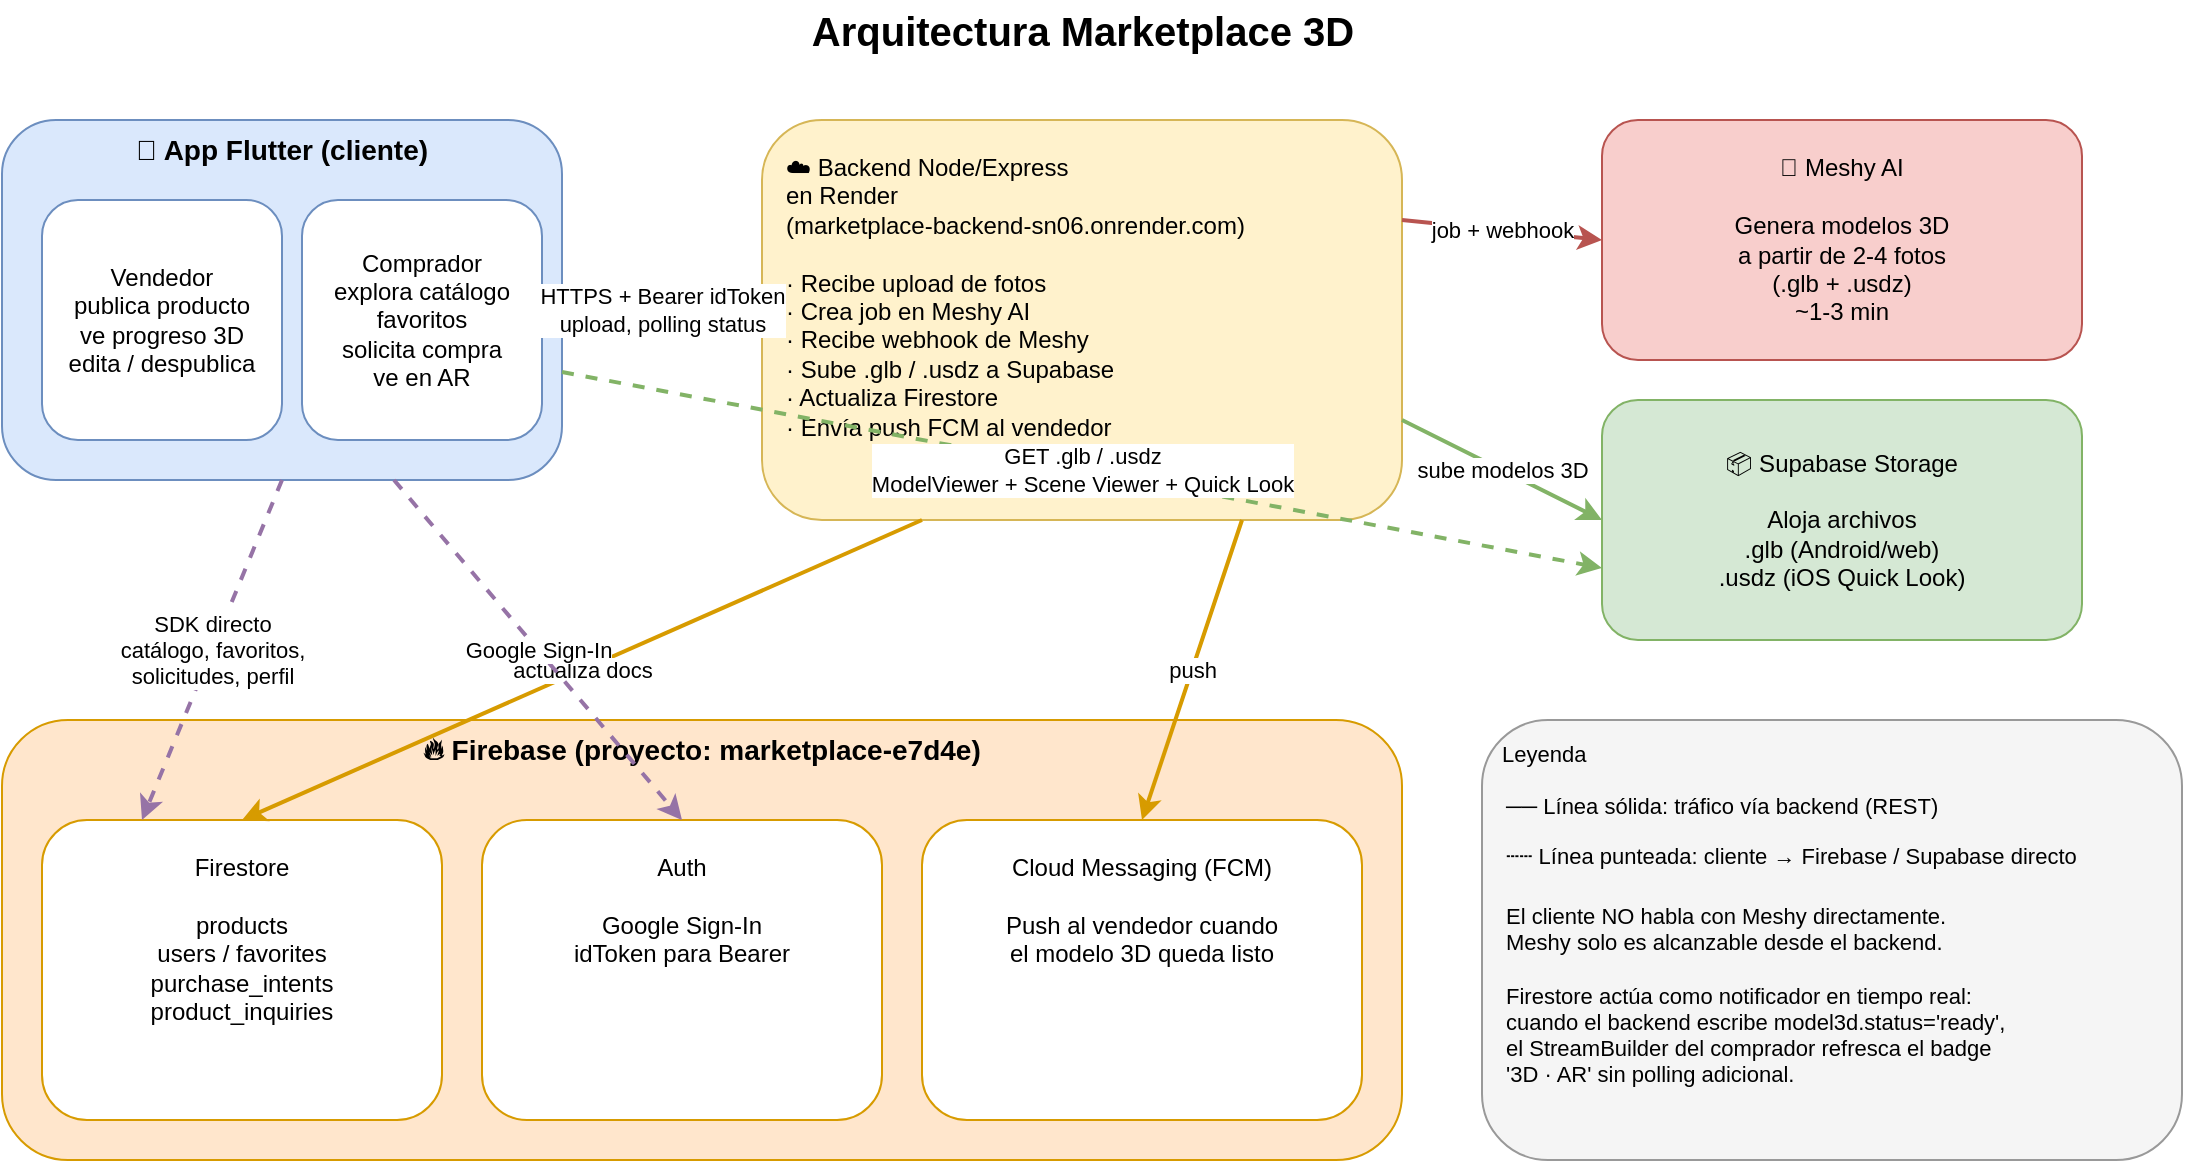
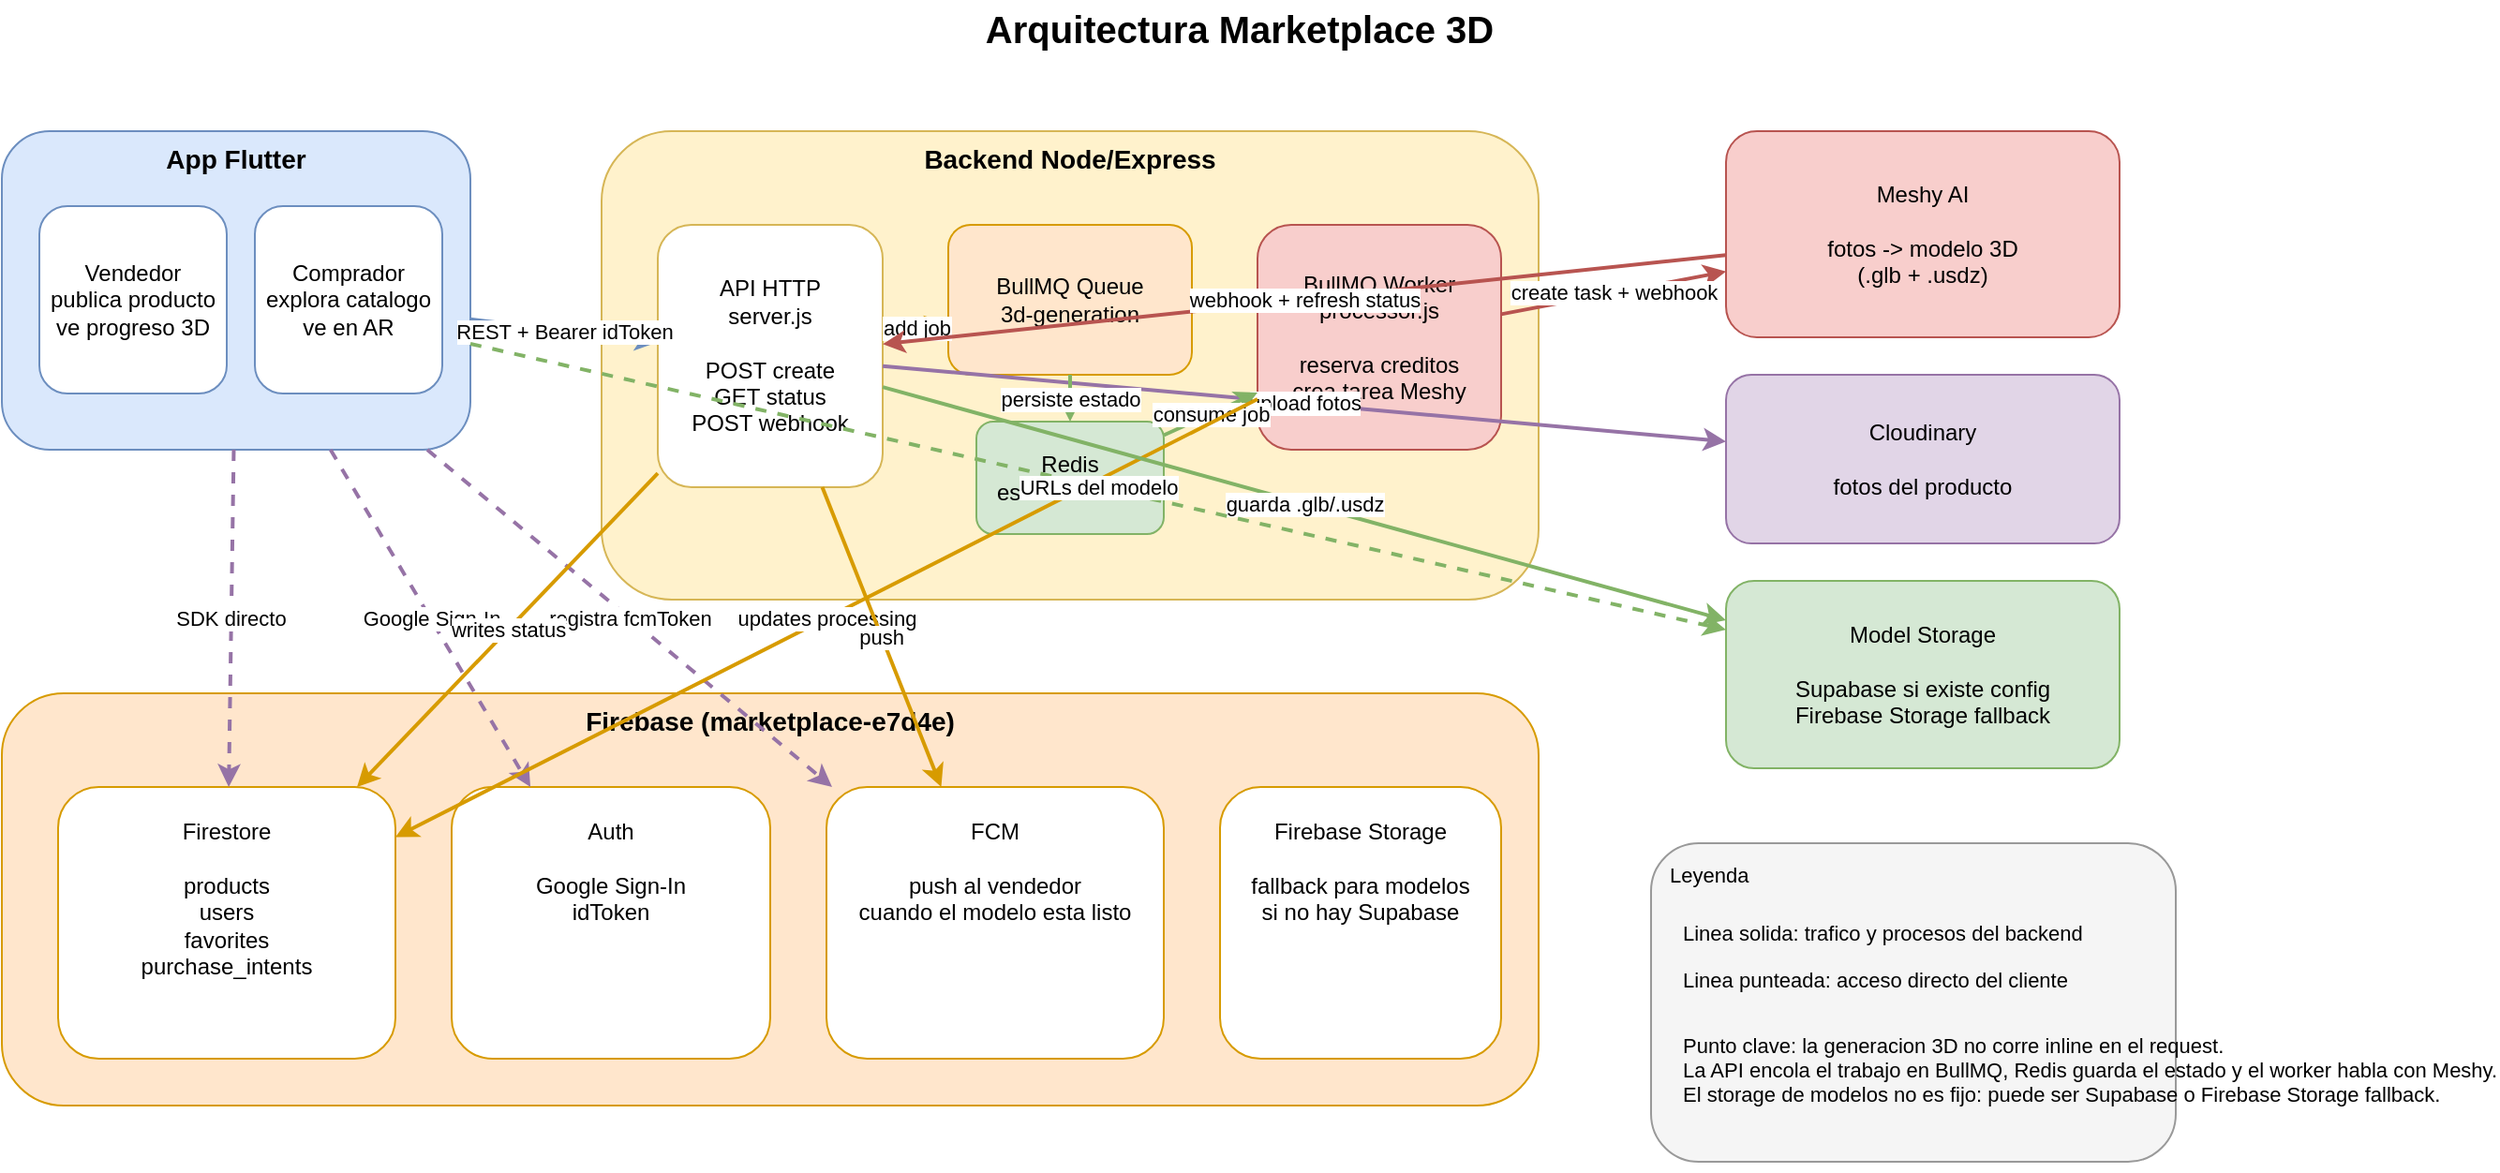
- <mxfile host="app.diagrams.net" modified="2026-05-04T00:00:00.000Z" agent="Claude" version="24.0.0">
+ <mxfile host="app.diagrams.net" modified="2026-05-17T00:00:00.000Z" agent="Codex" version="24.0.0">
  <diagram id="arch" name="Arquitectura Marketplace 3D">
-     <mxGraphModel dx="1200" dy="800" grid="1" gridSize="10" guides="1" tooltips="1" connect="1" arrows="1" fold="1" page="1" pageScale="1" pageWidth="1200" pageHeight="900" math="0" shadow="0">
+     <mxGraphModel dx="1400" dy="900" grid="1" gridSize="10" guides="1" tooltips="1" connect="1" arrows="1" fold="1" page="1" pageScale="1" pageWidth="1400" pageHeight="950" math="0" shadow="0">
      <root>
        <mxCell id="0" />
        <mxCell id="1" parent="0" />

-         <!-- Título -->
        <mxCell id="title" value="Arquitectura Marketplace 3D" style="text;html=1;strokeColor=none;fillColor=none;align=center;verticalAlign=middle;fontSize=20;fontStyle=1;" vertex="1" parent="1">
-           <mxGeometry x="400" y="20" width="400" height="30" as="geometry" />
+           <mxGeometry x="470" y="20" width="460" height="30" as="geometry" />
        </mxCell>

-         <!-- App Flutter (cliente) -->
-         <mxCell id="client" value="📱 App Flutter (cliente)" style="rounded=1;whiteSpace=wrap;html=1;fillColor=#dae8fc;strokeColor=#6c8ebf;verticalAlign=top;fontSize=14;fontStyle=1;" vertex="1" parent="1">
-           <mxGeometry x="60" y="80" width="280" height="180" as="geometry" />
+         <mxCell id="client" value="App Flutter" style="rounded=1;whiteSpace=wrap;html=1;fillColor=#dae8fc;strokeColor=#6c8ebf;verticalAlign=top;fontSize=14;fontStyle=1;" vertex="1" parent="1">
+           <mxGeometry x="40" y="90" width="250" height="170" as="geometry" />
        </mxCell>
-         <mxCell id="seller" value="Vendedor&#10;publica producto&#10;ve progreso 3D&#10;edita / despublica" style="rounded=1;whiteSpace=wrap;html=1;fillColor=#ffffff;strokeColor=#6c8ebf;" vertex="1" parent="1">
-           <mxGeometry x="80" y="120" width="120" height="120" as="geometry" />
+         <mxCell id="seller" value="Vendedor&#10;publica producto&#10;ve progreso 3D" style="rounded=1;whiteSpace=wrap;html=1;fillColor=#ffffff;strokeColor=#6c8ebf;" vertex="1" parent="1">
+           <mxGeometry x="60" y="130" width="100" height="100" as="geometry" />
        </mxCell>
-         <mxCell id="buyer" value="Comprador&#10;explora catálogo&#10;favoritos&#10;solicita compra&#10;ve en AR" style="rounded=1;whiteSpace=wrap;html=1;fillColor=#ffffff;strokeColor=#6c8ebf;" vertex="1" parent="1">
-           <mxGeometry x="210" y="120" width="120" height="120" as="geometry" />
+         <mxCell id="buyer" value="Comprador&#10;explora catalogo&#10;ve en AR" style="rounded=1;whiteSpace=wrap;html=1;fillColor=#ffffff;strokeColor=#6c8ebf;" vertex="1" parent="1">
+           <mxGeometry x="175" y="130" width="100" height="100" as="geometry" />
        </mxCell>

-         <!-- Backend en Render -->
-         <mxCell id="backend" value="☁️ Backend Node/Express&#10;en Render&#10;(marketplace-backend-sn06.onrender.com)&#10;&#10;· Recibe upload de fotos&#10;· Crea job en Meshy AI&#10;· Recibe webhook de Meshy&#10;· Sube .glb / .usdz a Supabase&#10;· Actualiza Firestore&#10;· Envía push FCM al vendedor" style="rounded=1;whiteSpace=wrap;html=1;fillColor=#fff2cc;strokeColor=#d6b656;align=left;verticalAlign=top;fontSize=12;spacingLeft=10;spacingTop=10;" vertex="1" parent="1">
-           <mxGeometry x="440" y="80" width="320" height="200" as="geometry" />
+         <mxCell id="backend" value="Backend Node/Express" style="rounded=1;whiteSpace=wrap;html=1;fillColor=#fff2cc;strokeColor=#d6b656;verticalAlign=top;fontSize=14;fontStyle=1;" vertex="1" parent="1">
+           <mxGeometry x="360" y="90" width="500" height="250" as="geometry" />
+         </mxCell>
+         <mxCell id="api" value="API HTTP&#10;server.js&#10;&#10;POST create&#10;GET status&#10;POST webhook" style="rounded=1;whiteSpace=wrap;html=1;fillColor=#ffffff;strokeColor=#d6b656;align=center;verticalAlign=middle;fontSize=12;" vertex="1" parent="1">
+           <mxGeometry x="390" y="140" width="120" height="140" as="geometry" />
+         </mxCell>
+         <mxCell id="queue" value="BullMQ Queue&#10;3d-generation" style="rounded=1;whiteSpace=wrap;html=1;fillColor=#ffe6cc;strokeColor=#d79b00;align=center;verticalAlign=middle;fontSize=12;" vertex="1" parent="1">
+           <mxGeometry x="545" y="140" width="130" height="80" as="geometry" />
+         </mxCell>
+         <mxCell id="worker" value="BullMQ Worker&#10;processor.js&#10;&#10;reserva creditos&#10;crea tarea Meshy" style="rounded=1;whiteSpace=wrap;html=1;fillColor=#f8cecc;strokeColor=#b85450;align=center;verticalAlign=middle;fontSize=12;" vertex="1" parent="1">
+           <mxGeometry x="710" y="140" width="130" height="120" as="geometry" />
+         </mxCell>
+         <mxCell id="redis" value="Redis&#10;estado de cola" style="rounded=1;whiteSpace=wrap;html=1;fillColor=#d5e8d4;strokeColor=#82b366;align=center;verticalAlign=middle;fontSize=12;" vertex="1" parent="1">
+           <mxGeometry x="560" y="245" width="100" height="60" as="geometry" />
        </mxCell>

-         <!-- Meshy AI -->
-         <mxCell id="meshy" value="🎨 Meshy AI&#10;&#10;Genera modelos 3D&#10;a partir de 2-4 fotos&#10;(.glb + .usdz)&#10;~1-3 min" style="rounded=1;whiteSpace=wrap;html=1;fillColor=#f8cecc;strokeColor=#b85450;align=center;verticalAlign=middle;fontSize=12;" vertex="1" parent="1">
-           <mxGeometry x="860" y="80" width="240" height="120" as="geometry" />
+         <mxCell id="meshy" value="Meshy AI&#10;&#10;fotos -&gt; modelo 3D&#10;(.glb + .usdz)" style="rounded=1;whiteSpace=wrap;html=1;fillColor=#f8cecc;strokeColor=#b85450;align=center;verticalAlign=middle;fontSize=12;" vertex="1" parent="1">
+           <mxGeometry x="960" y="90" width="210" height="110" as="geometry" />
+         </mxCell>
+         <mxCell id="cloudinary" value="Cloudinary&#10;&#10;fotos del producto" style="rounded=1;whiteSpace=wrap;html=1;fillColor=#e1d5e7;strokeColor=#9673a6;align=center;verticalAlign=middle;fontSize=12;" vertex="1" parent="1">
+           <mxGeometry x="960" y="220" width="210" height="90" as="geometry" />
+         </mxCell>
+         <mxCell id="modelstore" value="Model Storage&#10;&#10;Supabase si existe config&#10;Firebase Storage fallback" style="rounded=1;whiteSpace=wrap;html=1;fillColor=#d5e8d4;strokeColor=#82b366;align=center;verticalAlign=middle;fontSize=12;" vertex="1" parent="1">
+           <mxGeometry x="960" y="330" width="210" height="100" as="geometry" />
        </mxCell>

-         <!-- Supabase -->
-         <mxCell id="supabase" value="📦 Supabase Storage&#10;&#10;Aloja archivos&#10;.glb (Android/web)&#10;.usdz (iOS Quick Look)" style="rounded=1;whiteSpace=wrap;html=1;fillColor=#d5e8d4;strokeColor=#82b366;align=center;verticalAlign=middle;fontSize=12;" vertex="1" parent="1">
-           <mxGeometry x="860" y="220" width="240" height="120" as="geometry" />
+         <mxCell id="firebase" value="Firebase (marketplace-e7d4e)" style="rounded=1;whiteSpace=wrap;html=1;fillColor=#ffe6cc;strokeColor=#d79b00;verticalAlign=top;fontSize=14;fontStyle=1;" vertex="1" parent="1">
+           <mxGeometry x="40" y="390" width="820" height="220" as="geometry" />
+         </mxCell>
+         <mxCell id="firestore" value="Firestore&#10;&#10;products&#10;users&#10;favorites&#10;purchase_intents" style="rounded=1;whiteSpace=wrap;html=1;fillColor=#ffffff;strokeColor=#d79b00;align=center;verticalAlign=top;fontSize=12;spacingTop=10;" vertex="1" parent="1">
+           <mxGeometry x="70" y="440" width="180" height="145" as="geometry" />
+         </mxCell>
+         <mxCell id="auth" value="Auth&#10;&#10;Google Sign-In&#10;idToken" style="rounded=1;whiteSpace=wrap;html=1;fillColor=#ffffff;strokeColor=#d79b00;align=center;verticalAlign=top;fontSize=12;spacingTop=10;" vertex="1" parent="1">
+           <mxGeometry x="280" y="440" width="170" height="145" as="geometry" />
+         </mxCell>
+         <mxCell id="fcm" value="FCM&#10;&#10;push al vendedor&#10;cuando el modelo esta listo" style="rounded=1;whiteSpace=wrap;html=1;fillColor=#ffffff;strokeColor=#d79b00;align=center;verticalAlign=top;fontSize=12;spacingTop=10;" vertex="1" parent="1">
+           <mxGeometry x="480" y="440" width="180" height="145" as="geometry" />
+         </mxCell>
+         <mxCell id="fbstorage" value="Firebase Storage&#10;&#10;fallback para modelos&#10;si no hay Supabase" style="rounded=1;whiteSpace=wrap;html=1;fillColor=#ffffff;strokeColor=#d79b00;align=center;verticalAlign=top;fontSize=12;spacingTop=10;" vertex="1" parent="1">
+           <mxGeometry x="690" y="440" width="150" height="145" as="geometry" />
        </mxCell>

-         <!-- Firebase contenedor -->
-         <mxCell id="firebase" value="🔥 Firebase (proyecto: marketplace-e7d4e)" style="rounded=1;whiteSpace=wrap;html=1;fillColor=#ffe6cc;strokeColor=#d79b00;verticalAlign=top;fontSize=14;fontStyle=1;" vertex="1" parent="1">
-           <mxGeometry x="60" y="380" width="700" height="220" as="geometry" />
+         <mxCell id="e1" value="REST + Bearer idToken" style="endArrow=classic;html=1;rounded=0;strokeColor=#6c8ebf;strokeWidth=2;fontSize=11;" edge="1" parent="1" source="client" target="api">
+           <mxGeometry relative="1" as="geometry" />
        </mxCell>
-         <mxCell id="firestore" value="Firestore&#10;&#10;products&#10;users / favorites&#10;purchase_intents&#10;product_inquiries" style="rounded=1;whiteSpace=wrap;html=1;fillColor=#ffffff;strokeColor=#d79b00;align=center;verticalAlign=top;fontSize=12;spacingTop=10;" vertex="1" parent="1">
-           <mxGeometry x="80" y="430" width="200" height="150" as="geometry" />
+         <mxCell id="e2" value="SDK directo" style="endArrow=classic;html=1;rounded=0;strokeColor=#9673a6;strokeWidth=2;fontSize=11;dashed=1;" edge="1" parent="1" source="client" target="firestore">
+           <mxGeometry relative="1" as="geometry" />
        </mxCell>
-         <mxCell id="auth" value="Auth&#10;&#10;Google Sign-In&#10;idToken para Bearer" style="rounded=1;whiteSpace=wrap;html=1;fillColor=#ffffff;strokeColor=#d79b00;align=center;verticalAlign=top;fontSize=12;spacingTop=10;" vertex="1" parent="1">
-           <mxGeometry x="300" y="430" width="200" height="150" as="geometry" />
+         <mxCell id="e3" value="Google Sign-In" style="endArrow=classic;html=1;rounded=0;strokeColor=#9673a6;strokeWidth=2;fontSize=11;dashed=1;" edge="1" parent="1" source="client" target="auth">
+           <mxGeometry relative="1" as="geometry" />
        </mxCell>
-         <mxCell id="fcm" value="Cloud Messaging (FCM)&#10;&#10;Push al vendedor cuando&#10;el modelo 3D queda listo" style="rounded=1;whiteSpace=wrap;html=1;fillColor=#ffffff;strokeColor=#d79b00;align=center;verticalAlign=top;fontSize=12;spacingTop=10;" vertex="1" parent="1">
-           <mxGeometry x="520" y="430" width="220" height="150" as="geometry" />
+         <mxCell id="e4" value="registra fcmToken" style="endArrow=classic;html=1;rounded=0;strokeColor=#9673a6;strokeWidth=2;fontSize=11;dashed=1;" edge="1" parent="1" source="client" target="fcm">
+           <mxGeometry relative="1" as="geometry" />
        </mxCell>
- 
-         <!-- Conexiones -->
- 
-         <!-- Cliente → Backend -->
-         <mxCell id="e1" value="HTTPS + Bearer idToken&#10;upload, polling status" style="endArrow=classic;html=1;rounded=0;exitX=1;exitY=0.5;exitDx=0;exitDy=0;entryX=0;entryY=0.5;entryDx=0;entryDy=0;strokeColor=#6c8ebf;strokeWidth=2;fontSize=11;" edge="1" parent="1" source="client" target="backend">
+         <mxCell id="e5" value="upload fotos" style="endArrow=classic;html=1;rounded=0;strokeColor=#9673a6;strokeWidth=2;fontSize=11;" edge="1" parent="1" source="api" target="cloudinary">
+           <mxGeometry relative="1" as="geometry" />
+         </mxCell>
+         <mxCell id="e6" value="add job" style="endArrow=classic;html=1;rounded=0;strokeColor=#d79b00;strokeWidth=2;fontSize=11;" edge="1" parent="1" source="api" target="queue">
+           <mxGeometry relative="1" as="geometry" />
+         </mxCell>
+         <mxCell id="e7" value="persiste estado" style="endArrow=classic;html=1;rounded=0;strokeColor=#82b366;strokeWidth=2;fontSize=11;" edge="1" parent="1" source="queue" target="redis">
+           <mxGeometry relative="1" as="geometry" />
+         </mxCell>
+         <mxCell id="e8" value="consume job" style="endArrow=classic;html=1;rounded=0;strokeColor=#82b366;strokeWidth=2;fontSize=11;" edge="1" parent="1" source="redis" target="worker">
+           <mxGeometry relative="1" as="geometry" />
+         </mxCell>
+         <mxCell id="e9" value="create task + webhook" style="endArrow=classic;html=1;rounded=0;strokeColor=#b85450;strokeWidth=2;fontSize=11;" edge="1" parent="1" source="worker" target="meshy">
+           <mxGeometry relative="1" as="geometry" />
+         </mxCell>
+         <mxCell id="e10" value="webhook + refresh status" style="endArrow=classic;html=1;rounded=0;strokeColor=#b85450;strokeWidth=2;fontSize=11;" edge="1" parent="1" source="meshy" target="api">
+           <mxGeometry relative="1" as="geometry" />
+         </mxCell>
+         <mxCell id="e11" value="writes status" style="endArrow=classic;html=1;rounded=0;strokeColor=#d79b00;strokeWidth=2;fontSize=11;" edge="1" parent="1" source="api" target="firestore">
+           <mxGeometry relative="1" as="geometry" />
+         </mxCell>
+         <mxCell id="e12" value="updates processing" style="endArrow=classic;html=1;rounded=0;strokeColor=#d79b00;strokeWidth=2;fontSize=11;" edge="1" parent="1" source="worker" target="firestore">
+           <mxGeometry relative="1" as="geometry" />
+         </mxCell>
+         <mxCell id="e13" value="guarda .glb/.usdz" style="endArrow=classic;html=1;rounded=0;strokeColor=#82b366;strokeWidth=2;fontSize=11;" edge="1" parent="1" source="api" target="modelstore">
+           <mxGeometry relative="1" as="geometry" />
+         </mxCell>
+         <mxCell id="e14" value="URLs del modelo" style="endArrow=classic;html=1;rounded=0;strokeColor=#82b366;strokeWidth=2;fontSize=11;dashed=1;" edge="1" parent="1" source="client" target="modelstore">
+           <mxGeometry relative="1" as="geometry" />
+         </mxCell>
+         <mxCell id="e15" value="push" style="endArrow=classic;html=1;rounded=0;strokeColor=#d79b00;strokeWidth=2;fontSize=11;" edge="1" parent="1" source="api" target="fcm">
          <mxGeometry relative="1" as="geometry" />
        </mxCell>

-         <!-- Backend → Meshy -->
-         <mxCell id="e2" value="job + webhook" style="endArrow=classic;html=1;rounded=0;exitX=1;exitY=0.25;exitDx=0;exitDy=0;entryX=0;entryY=0.5;entryDx=0;entryDy=0;strokeColor=#b85450;strokeWidth=2;fontSize=11;" edge="1" parent="1" source="backend" target="meshy">
-           <mxGeometry relative="1" as="geometry" />
+         <mxCell id="legend" value="Leyenda" style="text;html=1;strokeColor=#999999;fillColor=#f5f5f5;align=left;verticalAlign=top;fontSize=11;spacingLeft=8;spacingTop=4;rounded=1;" vertex="1" parent="1">
+           <mxGeometry x="920" y="470" width="280" height="170" as="geometry" />
        </mxCell>
- 
-         <!-- Backend → Supabase -->
-         <mxCell id="e3" value="sube modelos 3D" style="endArrow=classic;html=1;rounded=0;exitX=1;exitY=0.75;exitDx=0;exitDy=0;entryX=0;entryY=0.5;entryDx=0;entryDy=0;strokeColor=#82b366;strokeWidth=2;fontSize=11;" edge="1" parent="1" source="backend" target="supabase">
-           <mxGeometry relative="1" as="geometry" />
+         <mxCell id="leg1" value="Linea solida: trafico y procesos del backend" style="text;html=1;strokeColor=none;fillColor=none;align=left;fontSize=11;" vertex="1" parent="1">
+           <mxGeometry x="935" y="505" width="245" height="20" as="geometry" />
        </mxCell>
- 
-         <!-- Backend → Firestore -->
-         <mxCell id="e4" value="actualiza docs" style="endArrow=classic;html=1;rounded=0;exitX=0.25;exitY=1;exitDx=0;exitDy=0;entryX=0.5;entryY=0;entryDx=0;entryDy=0;strokeColor=#d79b00;strokeWidth=2;fontSize=11;" edge="1" parent="1" source="backend" target="firestore">
-           <mxGeometry relative="1" as="geometry" />
+         <mxCell id="leg2" value="Linea punteada: acceso directo del cliente" style="text;html=1;strokeColor=none;fillColor=none;align=left;fontSize=11;" vertex="1" parent="1">
+           <mxGeometry x="935" y="530" width="245" height="20" as="geometry" />
        </mxCell>
- 
-         <!-- Backend → FCM -->
-         <mxCell id="e5" value="push" style="endArrow=classic;html=1;rounded=0;exitX=0.75;exitY=1;exitDx=0;exitDy=0;entryX=0.5;entryY=0;entryDx=0;entryDy=0;strokeColor=#d79b00;strokeWidth=2;fontSize=11;" edge="1" parent="1" source="backend" target="fcm">
-           <mxGeometry relative="1" as="geometry" />
-         </mxCell>
- 
-         <!-- Cliente → Firestore (SDK directo) -->
-         <mxCell id="e6" value="SDK directo&#10;catálogo, favoritos,&#10;solicitudes, perfil" style="endArrow=classic;html=1;rounded=0;exitX=0.5;exitY=1;exitDx=0;exitDy=0;entryX=0.25;entryY=0;entryDx=0;entryDy=0;strokeColor=#9673A6;strokeWidth=2;fontSize=11;dashed=1;" edge="1" parent="1" source="client" target="firestore">
-           <mxGeometry relative="1" as="geometry" />
-         </mxCell>
- 
-         <!-- Cliente → Auth -->
-         <mxCell id="e7" value="Google Sign-In" style="endArrow=classic;html=1;rounded=0;exitX=0.7;exitY=1;exitDx=0;exitDy=0;entryX=0.5;entryY=0;entryDx=0;entryDy=0;strokeColor=#9673A6;strokeWidth=2;fontSize=11;dashed=1;" edge="1" parent="1" source="client" target="auth">
-           <mxGeometry relative="1" as="geometry" />
-         </mxCell>
- 
-         <!-- Cliente → Supabase (lectura modelos) -->
-         <mxCell id="e8" value="GET .glb / .usdz&#10;ModelViewer + Scene Viewer + Quick Look" style="endArrow=classic;html=1;rounded=0;exitX=1;exitY=0.7;exitDx=0;exitDy=0;entryX=0;entryY=0.7;entryDx=0;entryDy=0;strokeColor=#82b366;strokeWidth=2;fontSize=11;dashed=1;" edge="1" parent="1" source="client" target="supabase">
-           <mxGeometry relative="1" as="geometry" />
-         </mxCell>
- 
-         <!-- Leyenda -->
-         <mxCell id="legend" value="Leyenda" style="text;html=1;strokeColor=#999999;fillColor=#f5f5f5;align=left;verticalAlign=top;fontSize=11;spacingLeft=8;spacingTop=4;rounded=1;" vertex="1" parent="1">
-           <mxGeometry x="800" y="380" width="350" height="220" as="geometry" />
-         </mxCell>
-         <mxCell id="legSolid" value="── Línea sólida: tráfico vía backend (REST)" style="text;html=1;strokeColor=none;fillColor=none;align=left;fontSize=11;" vertex="1" parent="1">
-           <mxGeometry x="810" y="410" width="340" height="20" as="geometry" />
-         </mxCell>
-         <mxCell id="legDash" value="┄┄ Línea punteada: cliente → Firebase / Supabase directo" style="text;html=1;strokeColor=none;fillColor=none;align=left;fontSize=11;" vertex="1" parent="1">
-           <mxGeometry x="810" y="435" width="340" height="20" as="geometry" />
-         </mxCell>
-         <mxCell id="legNote" value="El cliente NO habla con Meshy directamente.&#10;Meshy solo es alcanzable desde el backend.&#10;&#10;Firestore actúa como notificador en tiempo real:&#10;cuando el backend escribe model3d.status='ready',&#10;el StreamBuilder del comprador refresca el badge&#10;'3D · AR' sin polling adicional." style="text;html=1;strokeColor=none;fillColor=none;align=left;verticalAlign=top;fontSize=11;" vertex="1" parent="1">
-           <mxGeometry x="810" y="465" width="340" height="130" as="geometry" />
+         <mxCell id="leg3" value="Punto clave: la generacion 3D no corre inline en el request.&#10;La API encola el trabajo en BullMQ, Redis guarda el estado y el worker habla con Meshy.&#10;El storage de modelos no es fijo: puede ser Supabase o Firebase Storage fallback." style="text;html=1;strokeColor=none;fillColor=none;align=left;verticalAlign=top;fontSize=11;" vertex="1" parent="1">
+           <mxGeometry x="935" y="565" width="245" height="80" as="geometry" />
        </mxCell>

      </root>
    </mxGraphModel>
  </diagram>
</mxfile>
